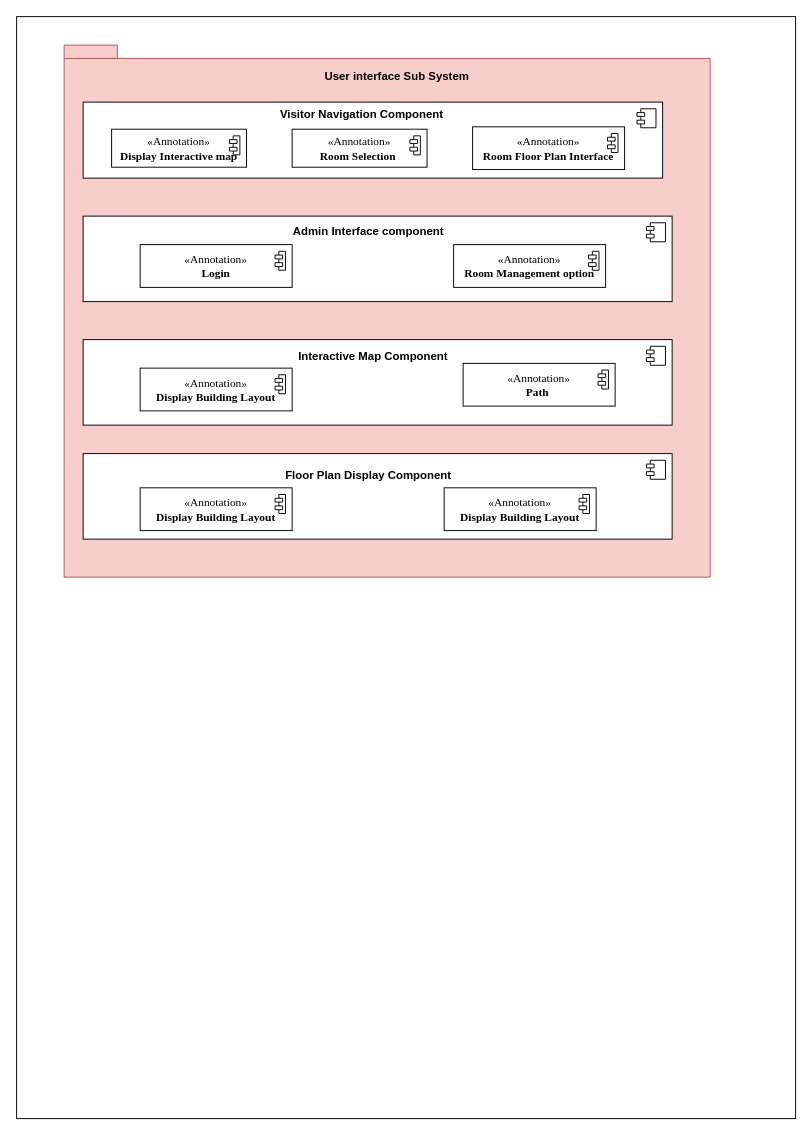
Above: Sub_System_Architecture.drawio in TsiOnshime/diagrams (draw.io), before the change. Source tidied: cells renumbered, new cells numbered last; positions are measured from the earlier drawing's top-left corner, leaving out a move shared by most shapes. Both pictures are drawn from the tidied source at 95%, with x=0, y=0 at pixel (16, 16).
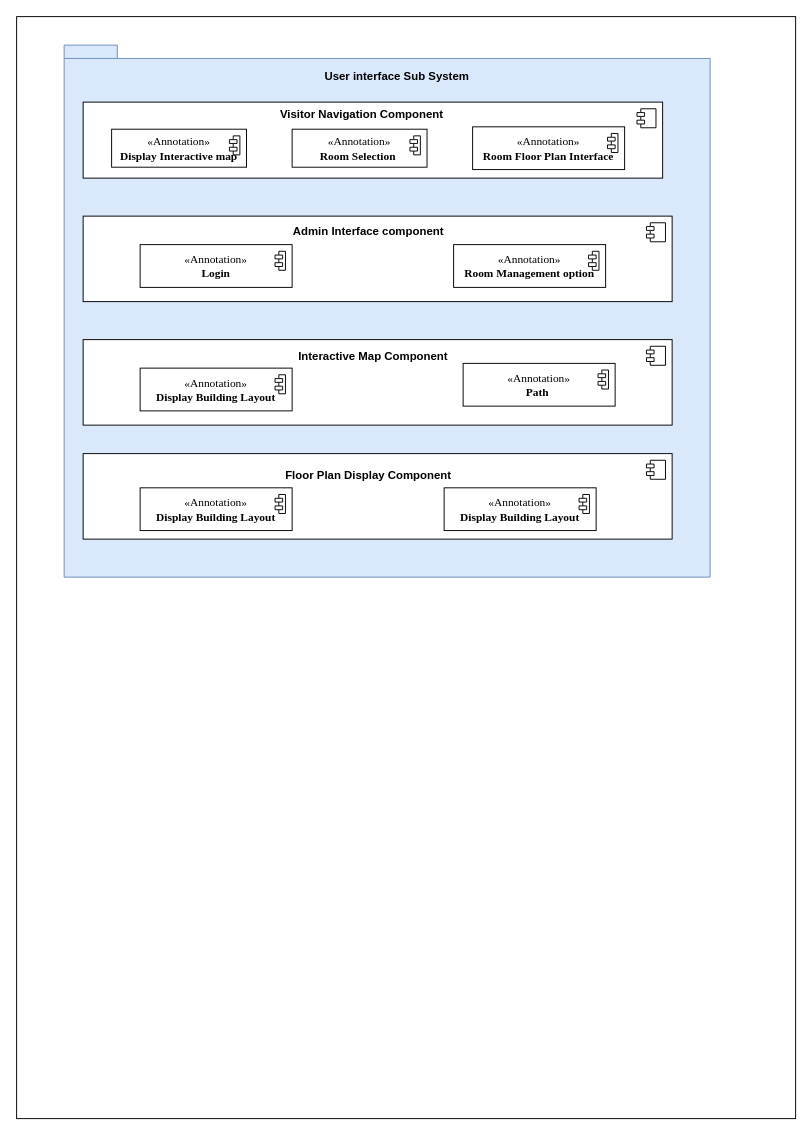
After the change.

What changed in the source:
```diff
@@
-    <mxCell id="3" style="shape=folder;fontStyle=1;spacingTop=10;tabWidth=40;tabHeight=14;tabPosition=left;html=1;whiteSpace=wrap;fillColor=#f8cecc;strokeColor=#b85450;" parent="1" vertex="1">
+    <mxCell id="3" style="shape=folder;fontStyle=1;spacingTop=10;tabWidth=40;tabHeight=14;tabPosition=left;html=1;whiteSpace=wrap;fillColor=#dae8fc;strokeColor=#6c8ebf;" parent="1" vertex="1">
       <mxGeometry x="50" y="30" width="680" height="560" as="geometry" />
     </mxCell>
```
